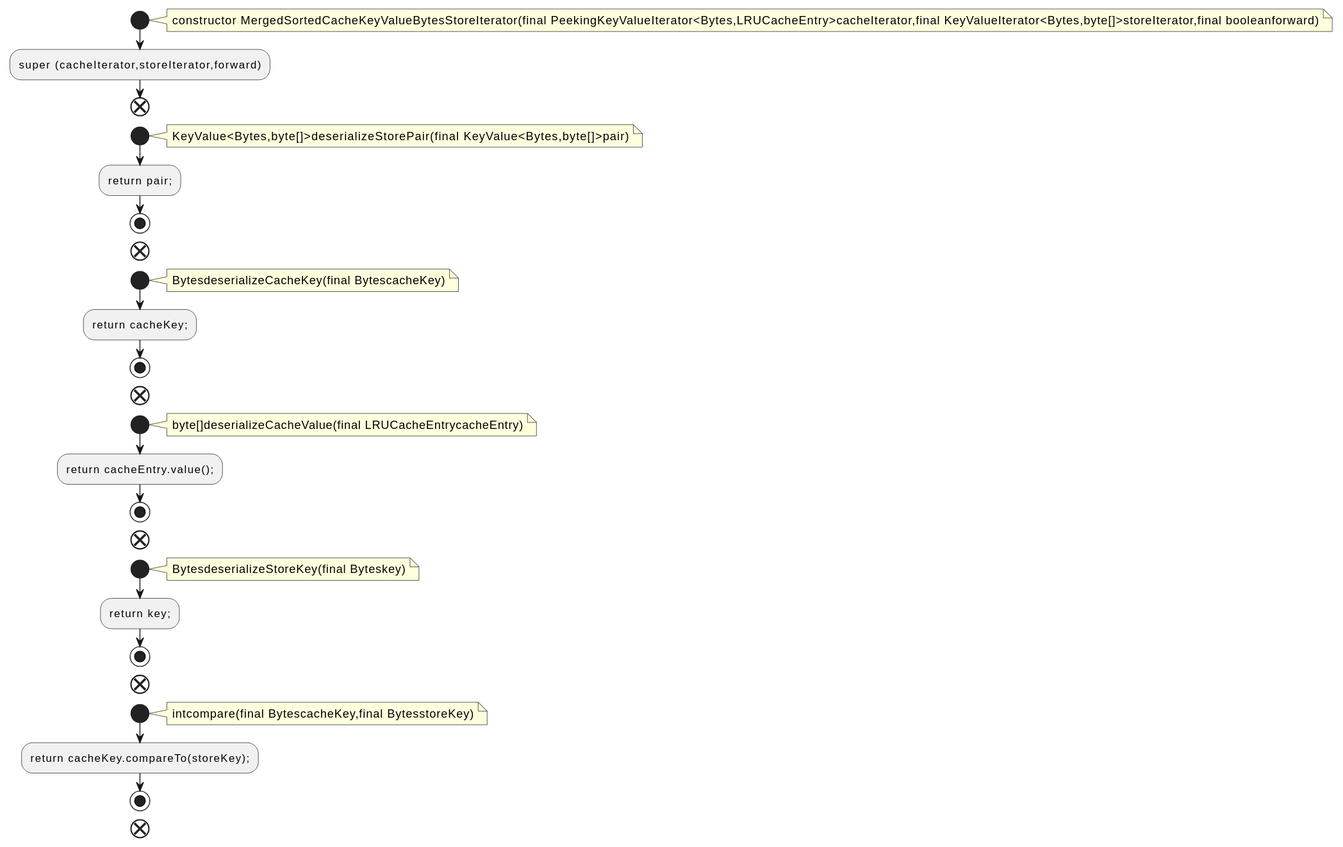
qualitesys/kafka keeps this PlantUML diagram as docs/qc/streams/src/main/java/org/apache/kafka/streams/state/internals/MergedSortedCacheKeyValueBytesStoreIterator.java.fct.svg. Above is the earlier version. Source of this version:
```plantuml
@startuml
!pragma layout smetana
start
note right
constructor MergedSortedCacheKeyValueBytesStoreIterator(final PeekingKeyValueIterator<Bytes,LRUCacheEntry>cacheIterator,final KeyValueIterator<Bytes,byte[]>storeIterator,final booleanforward)
end note
:super (cacheIterator,storeIterator,forward);
end
start
note right
KeyValue<Bytes,byte[]>deserializeStorePair(final KeyValue<Bytes,byte[]>pair)
end note
:return pair;;
stop
end
start
note right
BytesdeserializeCacheKey(final BytescacheKey)
end note
:return cacheKey;;
stop
end
start
note right
byte[]deserializeCacheValue(final LRUCacheEntrycacheEntry)
end note
:return cacheEntry.value();;
stop
end
start
note right
BytesdeserializeStoreKey(final Byteskey)
end note
:return key;;
stop
end
start
note right
intcompare(final BytescacheKey,final BytesstoreKey)
end note
:return cacheKey.compareTo(storeKey);;
stop
end
@enduml
```
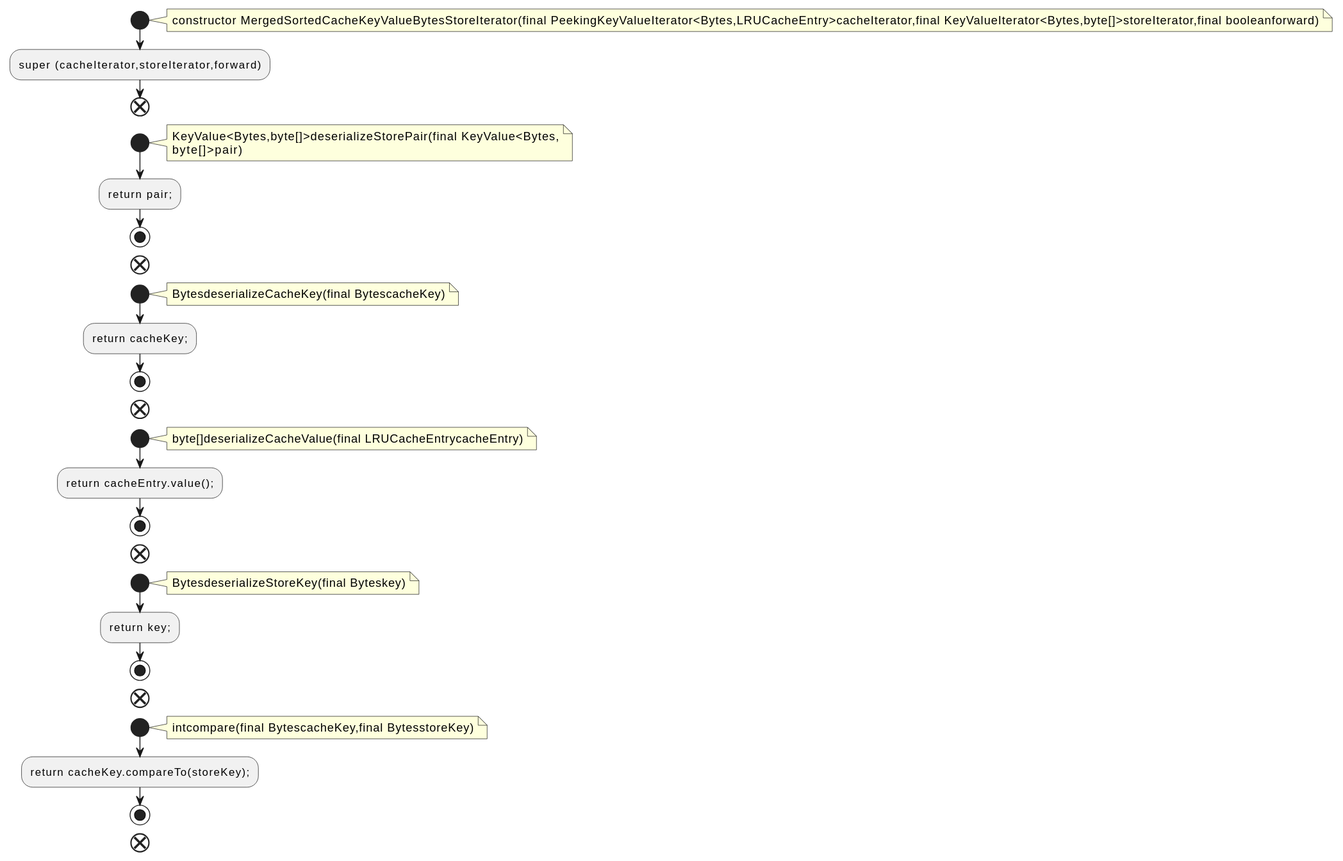
The same diagram one commit later.

The edit, as a diff of the source:
```diff
@@ -8,7 +8,8 @@
 end
 start
 note right
-KeyValue<Bytes,byte[]>deserializeStorePair(final KeyValue<Bytes,byte[]>pair)
+KeyValue<Bytes,byte[]>deserializeStorePair(final KeyValue<Bytes,
+byte[]>pair)
 end note
 :return pair;;
 stop
```
